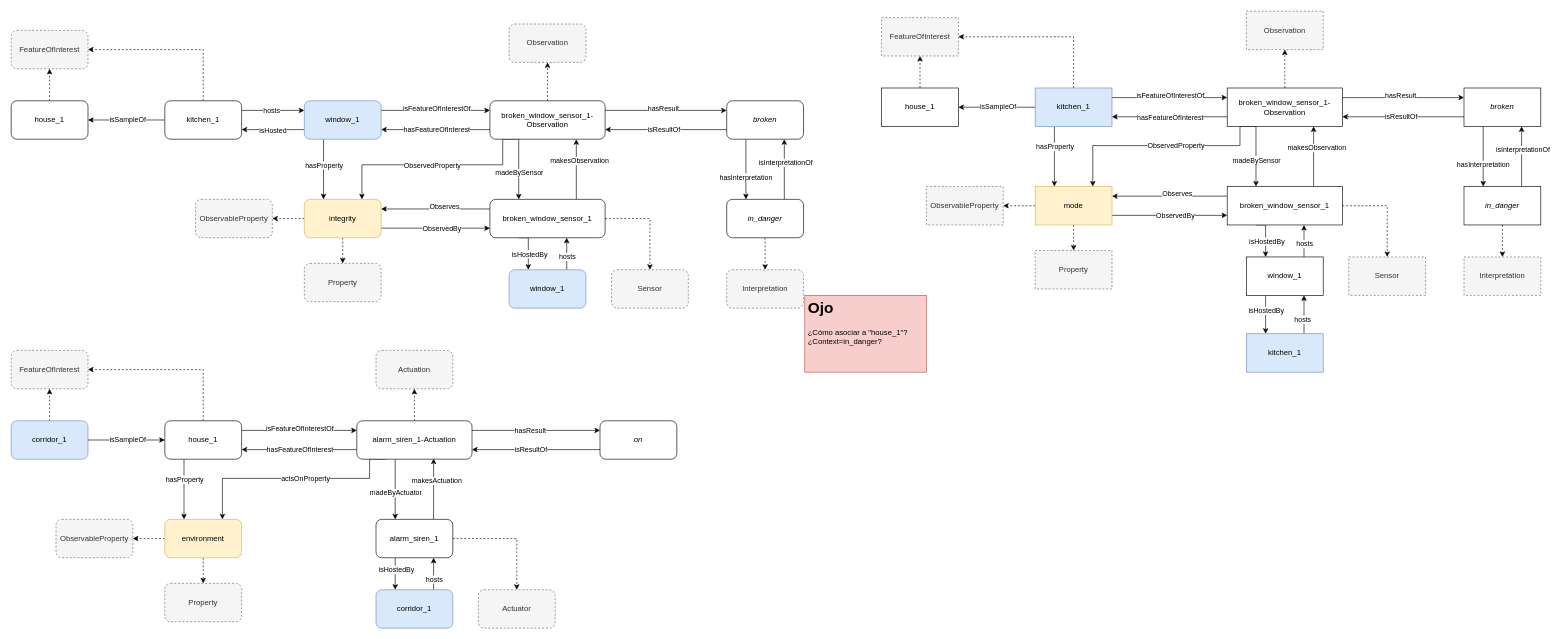
This is page "broken-windows_v2" (5 of 6) of docs/figures/sosa-onto-instances.drawio from anarubioruiz/asp-SOSAc, a draw.io file, before an edit. Source tidied: cells renumbered, new cells numbered last; positions are measured from the earlier drawing's top-left corner, leaving out a move shared by most shapes. Both pictures are drawn from the tidied source at 64%, with x=0, y=0 at pixel (11, 11).
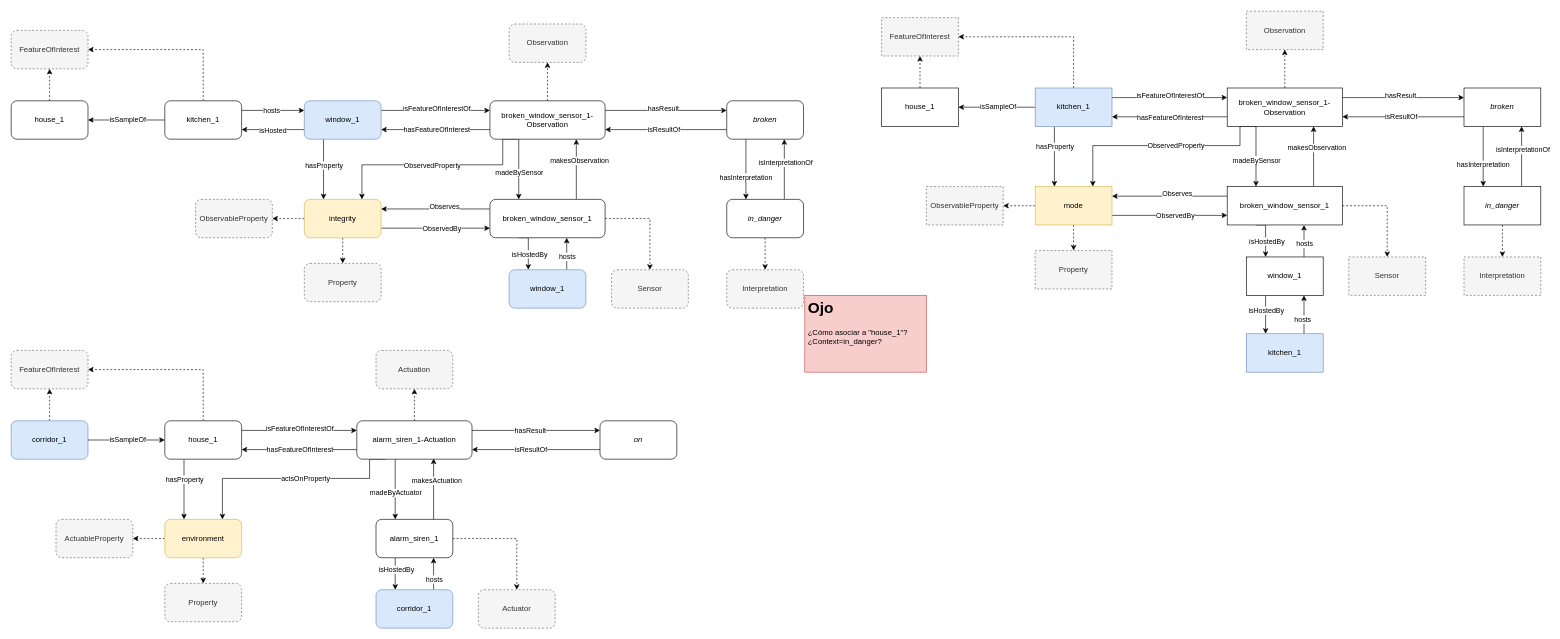
Above is the later version.

Commit message (it also covers changes not shown here):
ActuableProperty corrected

Change to the diagram source:
```diff
@@
-    <mxCell id="36" value="ObservableProperty" style="whiteSpace=wrap;html=1;rounded=1;fillColor=#f5f5f5;fontColor=#333333;strokeColor=#666666;dashed=1;" parent="1" vertex="1">
+    <mxCell id="36" value="ActuableProperty" style="whiteSpace=wrap;html=1;rounded=1;fillColor=#f5f5f5;fontColor=#333333;strokeColor=#666666;dashed=1;" parent="1" vertex="1">
       <mxGeometry x="70" y="794" width="120" height="60" as="geometry" />
     </mxCell>
```
